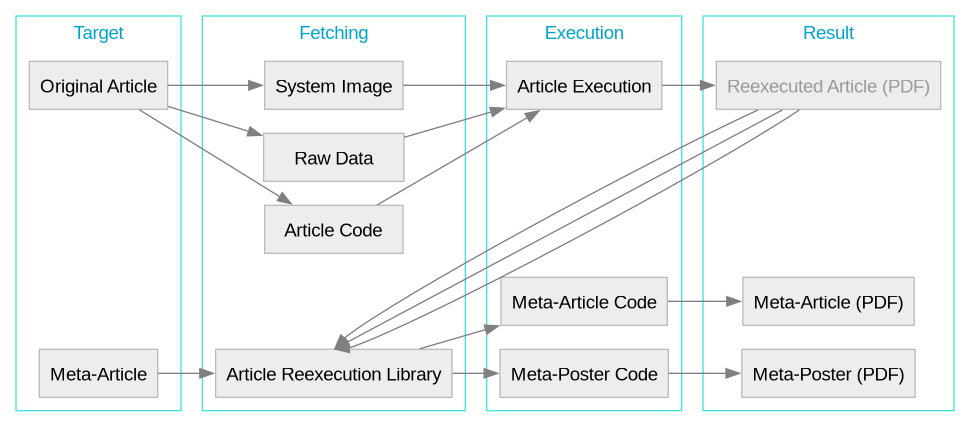
Earlier version of the Graphviz export publishing/figs/workflow.png (con/opfvta-reexecution). Its source is kept beside it as publishing/data/workflow.dot. Its diagram source:
```dot
digraph graphname {
    size="14,8";
    graph [fontname = "sans", margin=0, splines=line];
    rankdir="LR";
    node [fontname = "sans", style=filled];
    edge [fontname = "sans", color=gray50];
    subgraph cluster0 {
        margin=10;
        label = "Target";
        fontcolor = "#00a3cc";
        color = "#42e3dc";

        oa[label="Original Article", shape=box, color="#BBBBBB", fillcolor=grey93];
        blank00[style=invis];
        blank01[style=invis];
        blank02[style=invis];
        ma[label="Meta-Article", shape=box, color="#BBBBBB", fillcolor=grey93];
        }

    oa -> si;
    blank00 -> rd [style=invis];
    blank01 -> ac [style=invis];
    blank02 -> blank10 [style=invis];
    oa -> rd [constraint=false];
    oa -> ac [constraint=false];
    ma -> ras;

    subgraph cluster1 {
        margin=10;
        label = "Fetching";
        fontcolor = "#00a3cc";
        color = "#42e3dc";

        si[label="System Image", shape=box, color="#BBBBBB", fillcolor=grey93];
        rd[label="    Raw Data    ", shape=box, color="#BBBBBB", fillcolor=grey93];
        ac[label="  Article Code  ", shape=box, color="#BBBBBB", fillcolor=grey93];
        blank10[style=invis];
        ras[label="Article Reexecution Library", shape=box, color="#BBBBBB", fillcolor=grey93];
        }

    si -> ae [weight=9];
    rd -> blank21 [style=invis];
    ac -> mac [style=invis];
    ras -> mpc;
    ac -> blank22[style=invis];
    rd -> ae [constraint=false];
    ac -> ae [constraint=false];
    ras -> mac [constraint=false];

    subgraph cluster2 {
        margin=10;
        label = "Execution";
        fontcolor = "#00a3cc";
        color = "#42e3dc";

        ae[label="Article Execution", shape=box, color="#BBBBBB", fillcolor=grey93];
        blank21[style=invis];
        blank22[style=invis];
        mac[label="Meta-Article Code", shape=box, color="#BBBBBB", fillcolor=grey93];
        mpc[label="Meta-Poster Code", shape=box, color="#BBBBBB", fillcolor=grey93];
        }

    ae -> ra;
    blank21 -> blank30 [style=invis];
    blank22 -> blank31 [style=invis];
    mac -> map [constraint=false];
    mpc -> mpp;

    subgraph cluster3 {
        margin=10;
        label = "Result";
        fontcolor = "#00a3cc";
        color = "#42e3dc";

        ra[label="Reexecuted Article (PDF)", shape=box, color="#BBBBBB", fillcolor=grey93, fontcolor="#999998"];
        blank30[style=invis];
        blank31[style=invis];
        map[label="Meta-Article (PDF)", shape=box, color="#BBBBBB", fillcolor=grey93];
        mpp[label="Meta-Poster (PDF)", shape=box, color="#BBBBBB", fillcolor=grey93];
        }
    ra -> ras:n [constraint=false];
    ra -> ras:n [constraint=false];
    ra -> ras:n [constraint=false];

}
```
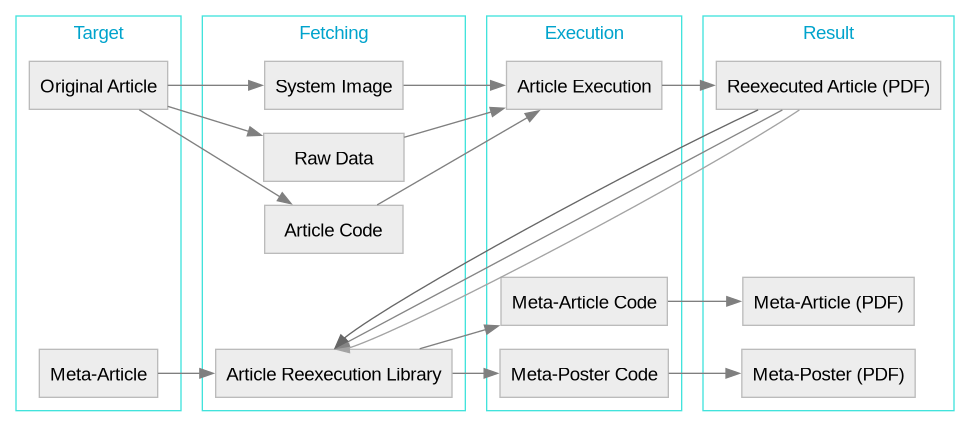
Later version of the same file.

Commit message:
Updated workflow figure style

Change to the diagram source:
```diff
@@ -72,14 +72,14 @@
         fontcolor = "#00a3cc";
         color = "#42e3dc";
 
-        ra[label="Reexecuted Article (PDF)", shape=box, color="#BBBBBB", fillcolor=grey93, fontcolor="#999998"];
+        ra[label="Reexecuted Article (PDF)", shape=box, color="#BBBBBB", fillcolor=grey93];
         blank30[style=invis];
         blank31[style=invis];
         map[label="Meta-Article (PDF)", shape=box, color="#BBBBBB", fillcolor=grey93];
         mpp[label="Meta-Poster (PDF)", shape=box, color="#BBBBBB", fillcolor=grey93];
         }
-    ra -> ras:n [constraint=false];
-    ra -> ras:n [constraint=false];
-    ra -> ras:n [constraint=false];
+    ra -> ras:n [constraint=false, color=grey64];
+    ra -> ras:n [constraint=false, color=grey52];
+    ra -> ras:n [constraint=false, color=grey40];
 
 }
```
